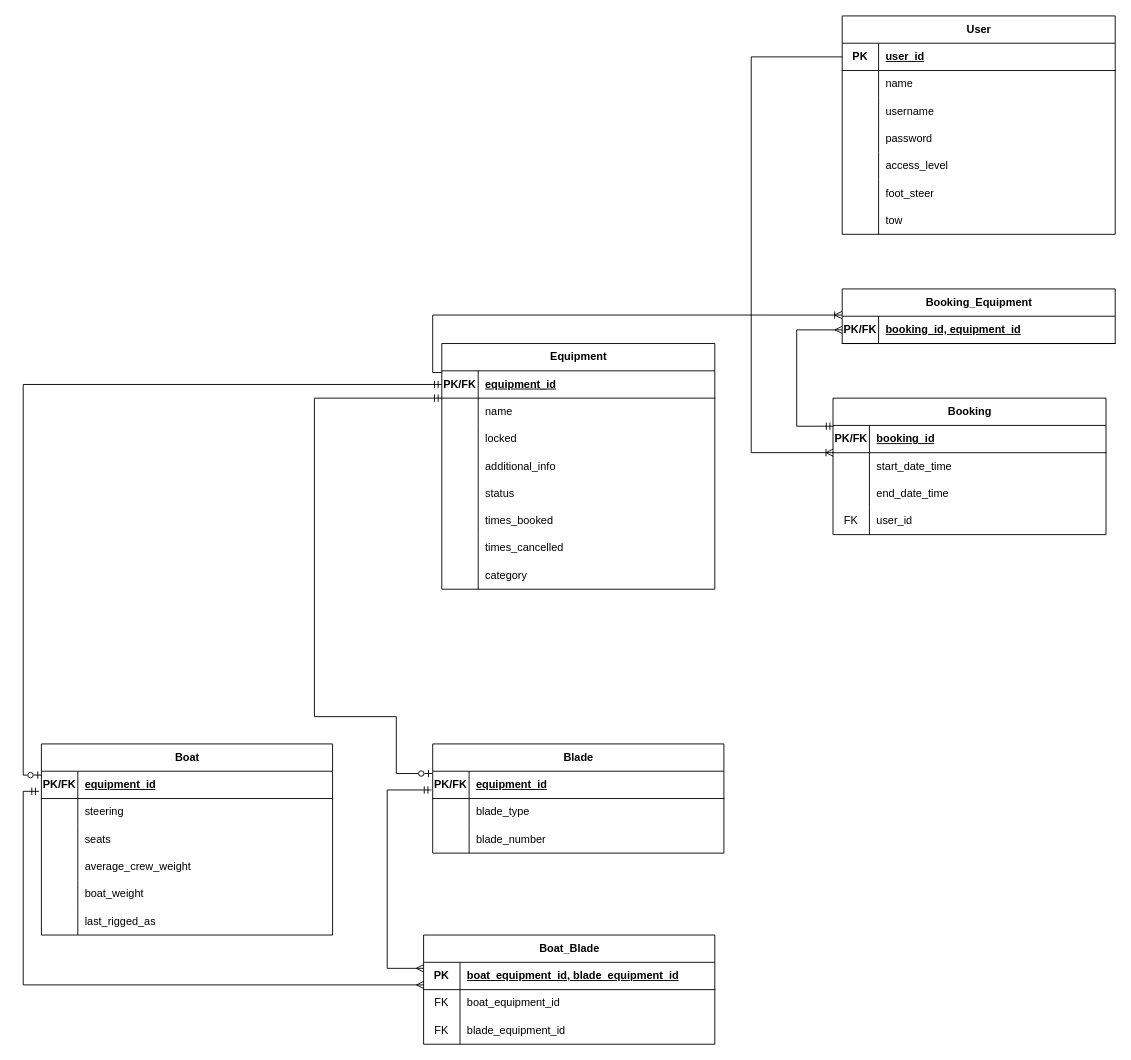
The draw.io diagram DbDiagram.drawio in Joseph-Bond-GitHub/BridgnorthRC-Booking, before the edit. Source tidied: cells renumbered, new cells numbered last; positions are measured from the earlier drawing's top-left corner, leaving out a move shared by most shapes. Both pictures are drawn from the tidied source at 91%, with x=0, y=0 at pixel (23, 15).
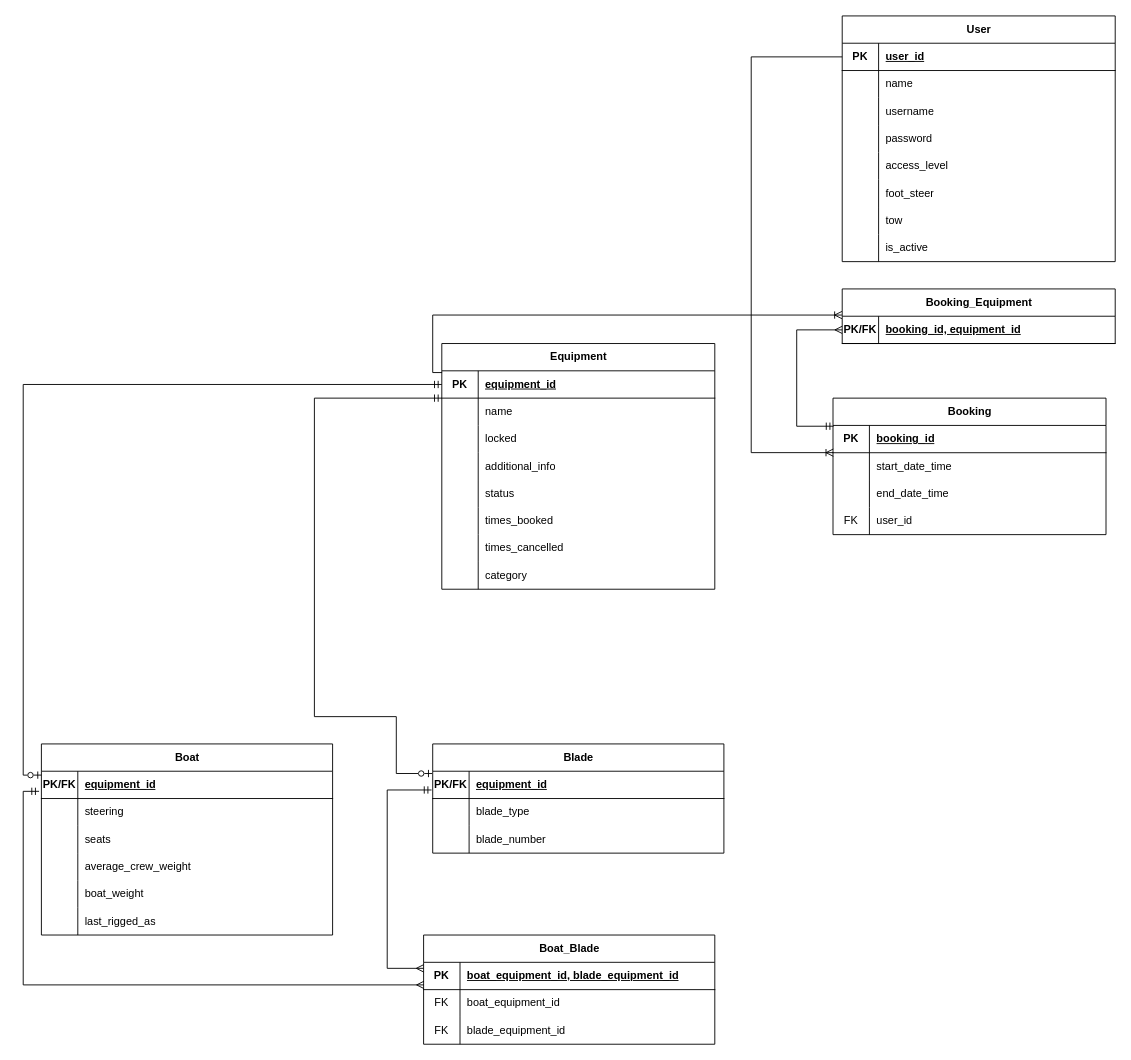
After the change.

Commit message (it also covers changes not shown here):
docs: refactor and additions to ERD

Refactor PK and FK relationships
Add is_active attribute to User table
Add is_active BOOLEAN attribute to User table

Unchanged cells that the change refers to:
```xml
<mxCell id="3" style="shape=tableRow;horizontal=0;startSize=0;swimlaneHead=0;swimlaneBody=0;fillColor=none;points=[[0,0.5],[1,0.5]];portConstraint=eastwest;top=0;left=0;right=0;bottom=1;" parent="2" vertex="1">
  <mxGeometry y="30" width="300" height="30" as="geometry" />
</mxCell>
<mxCell id="85" style="shape=tableRow;horizontal=0;startSize=0;swimlaneHead=0;swimlaneBody=0;fillColor=none;points=[[0,0.5],[1,0.5]];portConstraint=eastwest;top=0;left=0;right=0;bottom=1;" parent="84" vertex="1">
  <mxGeometry y="30" width="300" height="30" as="geometry" />
</mxCell>
```

What changed in the source:
```diff
@@
-    <mxCell id="4" value="PK/FK" style="shape=partialRectangle;fillColor=none;top=0;left=0;bottom=0;right=0;fontStyle=1;overflow=hidden;whiteSpace=wrap;html=1;" parent="3" vertex="1">
+    <mxCell id="4" value="PK" style="shape=partialRectangle;fillColor=none;top=0;left=0;bottom=0;right=0;fontStyle=1;overflow=hidden;whiteSpace=wrap;html=1;" parent="3" vertex="1">
       <mxGeometry width="40" height="30" as="geometry" />
     </mxCell>
@@
     <mxCell id="58" value="User" style="shape=table;startSize=30;childLayout=tableLayout;rowLines=0;fontStyle=1;align=center;html=1;" parent="1" vertex="1">
-      <mxGeometry x="900" width="300" height="240" as="geometry" />
+      <mxGeometry x="900" width="300" height="270" as="geometry" />
     </mxCell>
@@
+    <mxCell id="112" style="shape=tableRow;horizontal=0;startSize=0;swimlaneHead=0;swimlaneBody=0;fillColor=none;top=0;left=0;right=0;bottom=0;" parent="58" vertex="1">
+      <mxGeometry y="240" width="300" height="30" as="geometry" />
+    </mxCell>
+    <mxCell id="113" style="shape=partialRectangle;fillColor=none;top=0;left=0;bottom=0;right=0;overflow=hidden;whiteSpace=wrap;html=1;" parent="112" vertex="1">
+      <mxGeometry width="40" height="30" as="geometry" />
+    </mxCell>
+    <mxCell id="114" value="is_active" style="shape=partialRectangle;fillColor=none;top=0;left=0;bottom=0;right=0;align=left;spacingLeft=6;overflow=hidden;whiteSpace=wrap;html=1;" parent="112" vertex="1">
+      <mxGeometry x="40" width="260" height="30" as="geometry" />
+    </mxCell>
@@
-    <mxCell id="86" value="PK/FK" style="shape=partialRectangle;fillColor=none;top=0;left=0;bottom=0;right=0;fontStyle=1;overflow=hidden;whiteSpace=wrap;html=1;" parent="85" vertex="1">
+    <mxCell id="86" value="PK" style="shape=partialRectangle;fillColor=none;top=0;left=0;bottom=0;right=0;fontStyle=1;overflow=hidden;whiteSpace=wrap;html=1;" parent="85" vertex="1">
       <mxGeometry width="40" height="30" as="geometry" />
     </mxCell>
```
